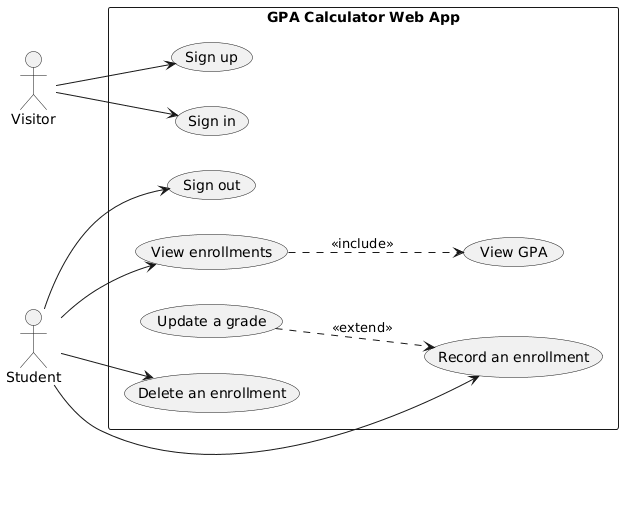
Before: uml/use_case.png, a diagram exported from PlantUML (AdenPotato/CS3250-project-1). The source it was exported from:
```plantuml
@startuml
left to right direction

actor Visitor
actor Student

rectangle "GPA Calculator Web App" {
  usecase UC1 as "Sign up"
  usecase UC2 as "Sign in"
  usecase UC3 as "Sign out"
  usecase UC4 as "View enrollments"
  usecase UC5 as "View GPA"
  usecase UC6 as "Record an enrollment"
  usecase UC7 as "Update a grade"
  usecase UC8 as "Delete an enrollment"
}

Visitor --> UC1
Visitor --> UC2
Student --> UC3
Student --> UC4
Student --> UC6
Student --> UC8

UC4 ..> UC5 : <<include>>
UC7 ..> UC6 : <<extend>>
@enduml
```
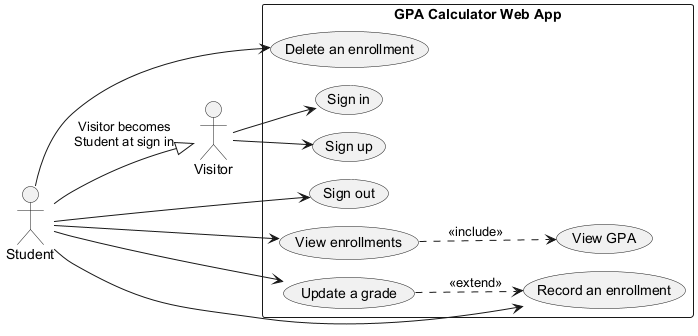
Later version of the same file.

Commit message:
CS-20 Fixed usecase diagram

Diff of the diagram source:
```diff
@@ -1,4 +1,5 @@
-@startuml
+@startuml use_case
+!pragma layout smetana
 left to right direction
 
 actor Visitor
@@ -15,11 +16,14 @@
   usecase UC8 as "Delete an enrollment"
 }
 
+Student --|> Visitor : Visitor becomes\nStudent at sign in
+
 Visitor --> UC1
 Visitor --> UC2
 Student --> UC3
 Student --> UC4
 Student --> UC6
+Student --> UC7
 Student --> UC8
 
 UC4 ..> UC5 : <<include>>
```
